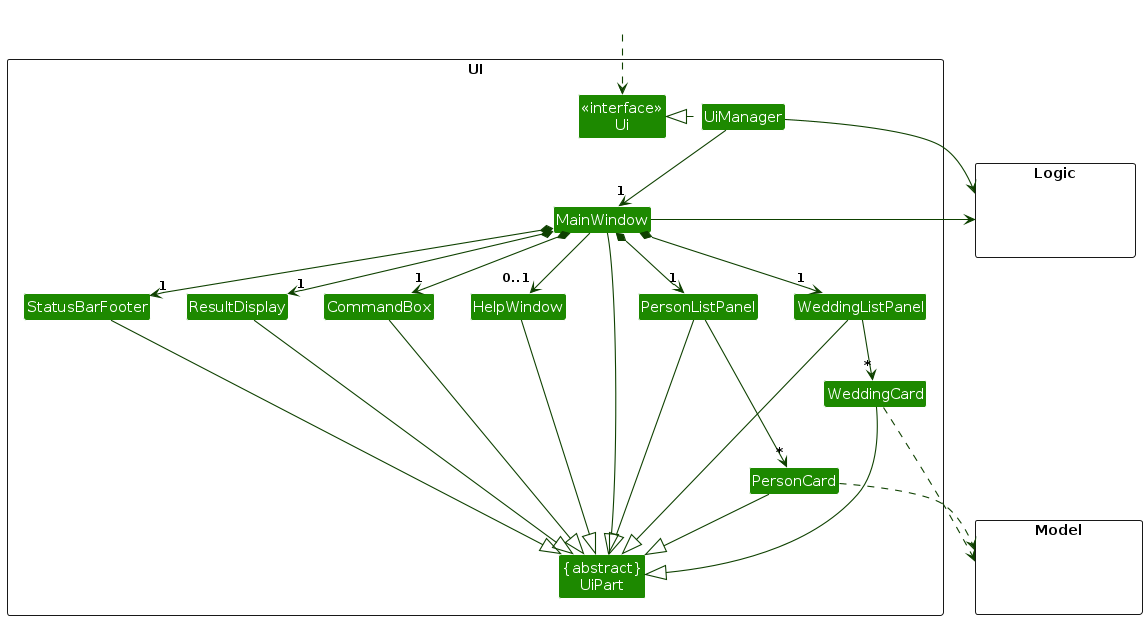
The PlantUML diagram diagrams/UiClassDiagram.png in AY2425S1-CS2103T-T12-2/tp, before a commit. Its source is kept beside it as diagrams/UiClassDiagram.puml.
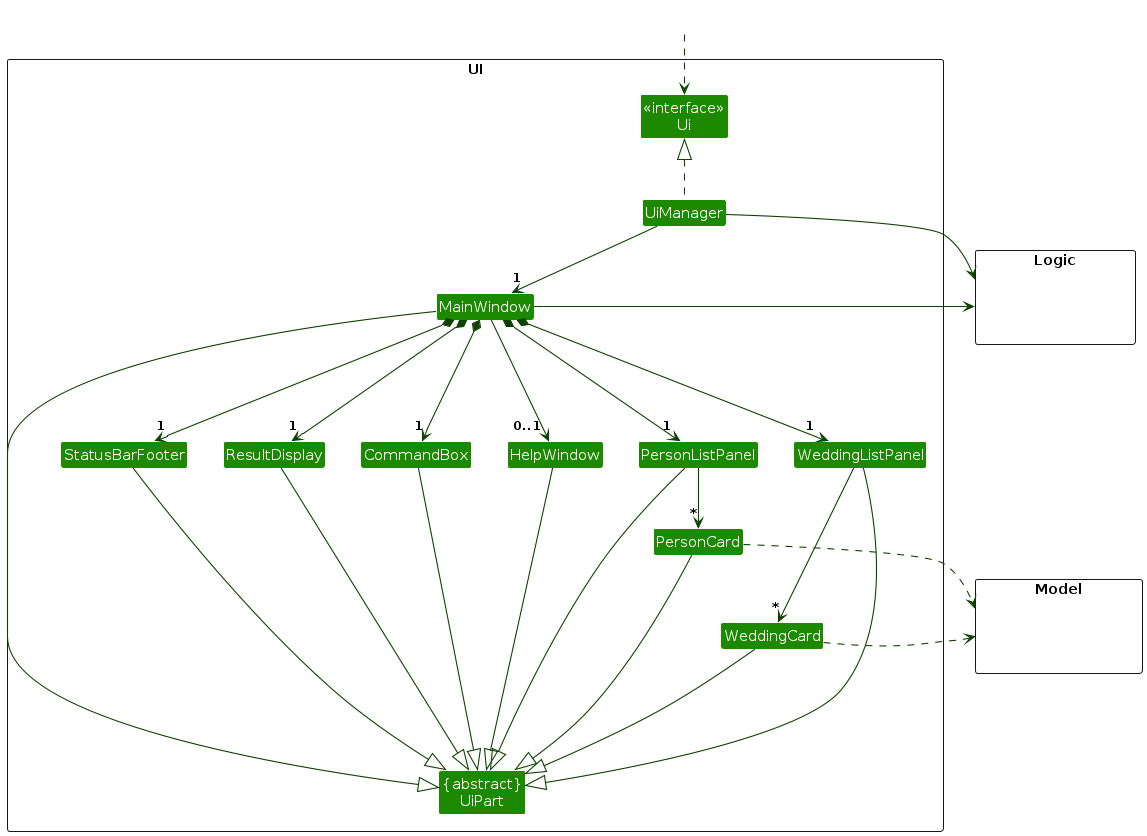
Later version of the same file.

Change to the diagram source:
```diff
@@ -30,33 +30,33 @@
 Class HiddenModel #FFFFFF
 }
 
-UiManager .left.|> Ui
+UiManager .up.|> Ui
 UiManager -down-> "1" MainWindow
 MainWindow *-down->  "1" CommandBox
 MainWindow *-down-> "1" ResultDisplay
 MainWindow *-down-> "1" PersonListPanel
 MainWindow *-down-> "1" WeddingListPanel
 MainWindow *-down-> "1" StatusBarFooter
-MainWindow --> "0..1" HelpWindow
+MainWindow ---> "0..1" HelpWindow
 
 PersonListPanel -down-> "*" PersonCard
 WeddingListPanel -down-> "*" WeddingCard
 
-MainWindow -left-|> UiPart
+MainWindow -|> UiPart
 
-ResultDisplay --|> UiPart
-CommandBox --|> UiPart
-PersonListPanel --|> UiPart
-PersonCard --|> UiPart
-WeddingListPanel --|> UiPart
-WeddingCard ---|> UiPart
-StatusBarFooter --|> UiPart
-HelpWindow --|> UiPart
+ResultDisplay -|> UiPart
+CommandBox -|> UiPart
+PersonListPanel -|> UiPart
+PersonCard ----|> UiPart
+WeddingListPanel -|> UiPart
+WeddingCard --|> UiPart
+StatusBarFooter -|> UiPart
+HelpWindow -|> UiPart
 
-PersonCard ..> Model
-WeddingCard ..> Model
+PersonCard .right.> Model
+WeddingCard .right.> Model
 UiManager -right-> Logic
-MainWindow -right-> Logic
+MainWindow -left-> Logic
 
 WeddingListPanel -[hidden]left- PersonListPanel
 PersonListPanel -[hidden]left- HelpWindow
```
